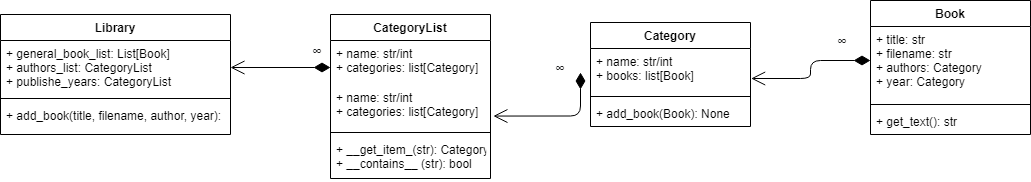
The draw.io diagram docs/class_diagram.png in LastGenius-edu/homeworks_project, before a commit. Source tidied: cells renumbered, new cells last; positions are measured from the earlier drawing's top-left corner, leaving out a move shared by most shapes.
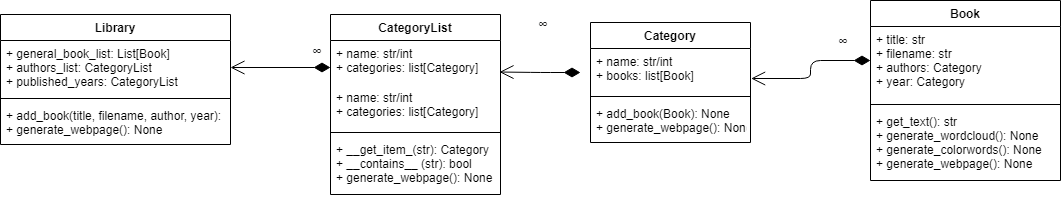
After the commit.

Commit message:
Update UML diagram

Change to the diagram source:
```diff
@@ -3,21 +3,21 @@
     <mxCell id="0" />
     <mxCell id="1" parent="0" />
     <mxCell id="2" value="CategoryList" style="swimlane;fontStyle=1;align=center;verticalAlign=top;horizontal=1;startSize=26;" parent="1" vertex="1">
-      <mxGeometry x="330" y="14" width="160" height="164" as="geometry" />
+      <mxGeometry x="330" y="14" width="170" height="180" as="geometry" />
     </mxCell>
     <mxCell id="3" value="+ name: str/int&#10;+ categories: list[Category]" style="text;strokeColor=none;fillColor=none;align=left;verticalAlign=top;spacingLeft=4;spacingRight=4;overflow=hidden;points=[[0,0.5],[1,0.5]];portConstraint=eastwest;" parent="2" vertex="1">
-      <mxGeometry y="26" width="160" height="44" as="geometry" />
+      <mxGeometry y="26" width="170" height="44" as="geometry" />
     </mxCell>
     <mxCell id="4" value="+ name: str/int&#10;+ categories: list[Category]" style="text;strokeColor=none;fillColor=none;align=left;verticalAlign=top;spacingLeft=4;spacingRight=4;overflow=hidden;points=[[0,0.5],[1,0.5]];portConstraint=eastwest;" parent="2" vertex="1">
-      <mxGeometry y="70" width="160" height="44" as="geometry" />
+      <mxGeometry y="70" width="170" height="44" as="geometry" />
     </mxCell>
     <mxCell id="5" style="line;strokeWidth=1;fillColor=none;align=left;verticalAlign=middle;spacingTop=-1;spacingLeft=3;spacingRight=3;labelPosition=right;" parent="2" vertex="1">
-      <mxGeometry y="114" width="160" height="8" as="geometry" />
+      <mxGeometry y="114" width="170" height="8" as="geometry" />
     </mxCell>
-    <mxCell id="6" value="+ __get_item_(str): Category&#10;+ __contains__ (str): bool" style="text;strokeColor=none;fillColor=none;align=left;verticalAlign=top;spacingLeft=4;spacingRight=4;overflow=hidden;" parent="2" vertex="1">
-      <mxGeometry y="122" width="160" height="42" as="geometry" />
+    <mxCell id="6" value="+ __get_item_(str): Category&#10;+ __contains__ (str): bool&#10;+ generate_webpage(): None" style="text;strokeColor=none;fillColor=none;align=left;verticalAlign=top;spacingLeft=4;spacingRight=4;overflow=hidden;" parent="2" vertex="1">
+      <mxGeometry y="122" width="170" height="58" as="geometry" />
     </mxCell>
-    <mxCell id="7" value="&lt;span style=&quot;color: rgb(32 , 33 , 34) ; font-family: sans-serif ; font-size: 14px ; white-space: normal&quot;&gt;∞&lt;/span&gt;" style="endArrow=open;html=1;endSize=12;startArrow=diamondThin;startSize=14;startFill=1;edgeStyle=orthogonalEdgeStyle;align=left;verticalAlign=bottom;entryX=1.018;entryY=0.717;entryDx=0;entryDy=0;entryPerimeter=0;" parent="1" edge="1" target="4">
+    <mxCell id="7" value="&lt;span style=&quot;color: rgb(32 , 33 , 34) ; font-family: sans-serif ; font-size: 14px ; white-space: normal&quot;&gt;∞&lt;/span&gt;" style="endArrow=open;html=1;endSize=12;startArrow=diamondThin;startSize=14;startFill=1;edgeStyle=orthogonalEdgeStyle;align=left;verticalAlign=bottom;entryX=0.994;entryY=0.717;entryDx=0;entryDy=0;entryPerimeter=0;" parent="1" edge="1" target="3">
       <mxGeometry x="0.04" y="-27" relative="1" as="geometry">
         <mxPoint x="580" y="72" as="sourcePoint" />
         <mxPoint x="-2" y="-10" as="offset" />
@@ -29,19 +29,19 @@
       </mxGeometry>
     </mxCell>
     <mxCell id="9" value="Book&#10;" style="swimlane;fontStyle=1;align=center;verticalAlign=top;horizontal=1;startSize=26;" parent="1" vertex="1">
-      <mxGeometry x="870" width="160" height="134" as="geometry" />
+      <mxGeometry x="870" width="190" height="180" as="geometry" />
     </mxCell>
     <mxCell id="10" value="+ title: str&#10;+ filename: str&#10;+ authors: Category&#10;+ year: Category" style="text;strokeColor=none;fillColor=none;align=left;verticalAlign=top;spacingLeft=4;spacingRight=4;overflow=hidden;" parent="9" vertex="1">
-      <mxGeometry y="26" width="160" height="74" as="geometry" />
+      <mxGeometry y="26" width="190" height="74" as="geometry" />
     </mxCell>
     <mxCell id="11" style="line;strokeWidth=1;fillColor=none;align=left;verticalAlign=middle;spacingTop=-1;spacingLeft=3;spacingRight=3;labelPosition=right;" parent="9" vertex="1">
-      <mxGeometry y="100" width="160" height="8" as="geometry" />
+      <mxGeometry y="100" width="190" height="8" as="geometry" />
     </mxCell>
-    <mxCell id="12" value="+ get_text(): str" style="text;strokeColor=none;fillColor=none;align=left;verticalAlign=top;spacingLeft=4;spacingRight=4;overflow=hidden;" parent="9" vertex="1">
-      <mxGeometry y="108" width="160" height="26" as="geometry" />
+    <mxCell id="12" value="+ get_text(): str&#10;+ generate_wordcloud(): None&#10;+ generate_colorwords(): None&#10;+ generate_webpage(): None" style="text;strokeColor=none;fillColor=none;align=left;verticalAlign=top;spacingLeft=4;spacingRight=4;overflow=hidden;" parent="9" vertex="1">
+      <mxGeometry y="108" width="190" height="72" as="geometry" />
     </mxCell>
     <mxCell id="13" value="Category" style="swimlane;fontStyle=1;align=center;verticalAlign=top;horizontal=1;startSize=26;" parent="1" vertex="1">
-      <mxGeometry x="590" y="22" width="160" height="104" as="geometry" />
+      <mxGeometry x="590" y="22" width="160" height="120" as="geometry" />
     </mxCell>
     <mxCell id="14" value="+ name: str/int&#10;+ books: list[Book]" style="text;strokeColor=none;fillColor=none;align=left;verticalAlign=top;spacingLeft=4;spacingRight=4;overflow=hidden;points=[[0,0.5],[1,0.5]];portConstraint=eastwest;" parent="13" vertex="1">
       <mxGeometry y="26" width="160" height="44" as="geometry" />
@@ -49,8 +49,8 @@
     <mxCell id="15" style="line;strokeWidth=1;fillColor=none;align=left;verticalAlign=middle;spacingTop=-1;spacingLeft=3;spacingRight=3;labelPosition=right;" parent="13" vertex="1">
       <mxGeometry y="70" width="160" height="8" as="geometry" />
     </mxCell>
-    <mxCell id="16" value="+ add_book(Book): None" style="text;strokeColor=none;fillColor=none;align=left;verticalAlign=top;spacingLeft=4;spacingRight=4;overflow=hidden;" parent="13" vertex="1">
-      <mxGeometry y="78" width="160" height="26" as="geometry" />
+    <mxCell id="16" value="+ add_book(Book): None&#10;+ generate_webpage(): None" style="text;strokeColor=none;fillColor=none;align=left;verticalAlign=top;spacingLeft=4;spacingRight=4;overflow=hidden;" parent="13" vertex="1">
+      <mxGeometry y="78" width="160" height="42" as="geometry" />
     </mxCell>
     <mxCell id="17" value="&lt;span style=&quot;color: rgb(32 , 33 , 34) ; font-family: sans-serif ; font-size: 14px ; white-space: normal&quot;&gt;∞&lt;/span&gt;" style="endArrow=open;html=1;endSize=12;startArrow=diamondThin;startSize=14;startFill=1;edgeStyle=orthogonalEdgeStyle;align=left;verticalAlign=bottom;entryX=1;entryY=0.5;entryDx=0;entryDy=0;" parent="1" edge="1" target="19">
       <mxGeometry x="-0.6" y="-5" relative="1" as="geometry">
@@ -58,16 +58,16 @@
       </mxGeometry>
     </mxCell>
     <mxCell id="18" value="Library" style="swimlane;fontStyle=1;align=center;verticalAlign=top;horizontal=1;startSize=26;" parent="1" vertex="1">
-      <mxGeometry y="14" width="230" height="120" as="geometry" />
+      <mxGeometry y="14" width="230" height="130" as="geometry" />
     </mxCell>
-    <mxCell id="19" value="+ general_book_list: List[Book]&#10;+ authors_list: CategoryList&#10;+ publishe_years: CategoryList" style="text;strokeColor=none;fillColor=none;align=left;verticalAlign=top;spacingLeft=4;spacingRight=4;overflow=hidden;points=[[0,0.5],[1,0.5]];portConstraint=eastwest;" parent="18" vertex="1">
+    <mxCell id="19" value="+ general_book_list: List[Book]&#10;+ authors_list: CategoryList&#10;+ published_years: CategoryList" style="text;strokeColor=none;fillColor=none;align=left;verticalAlign=top;spacingLeft=4;spacingRight=4;overflow=hidden;points=[[0,0.5],[1,0.5]];portConstraint=eastwest;" parent="18" vertex="1">
       <mxGeometry y="26" width="230" height="54" as="geometry" />
     </mxCell>
     <mxCell id="20" style="line;strokeWidth=1;fillColor=none;align=left;verticalAlign=middle;spacingTop=-1;spacingLeft=3;spacingRight=3;labelPosition=right;" parent="18" vertex="1">
       <mxGeometry y="80" width="230" height="8" as="geometry" />
     </mxCell>
-    <mxCell id="21" value="+ add_book(title, filename, author, year):" style="text;strokeColor=none;fillColor=none;align=left;verticalAlign=top;spacingLeft=4;spacingRight=4;overflow=hidden;" parent="18" vertex="1">
-      <mxGeometry y="88" width="230" height="32" as="geometry" />
+    <mxCell id="21" value="+ add_book(title, filename, author, year):&#10;+ generate_webpage(): None" style="text;strokeColor=none;fillColor=none;align=left;verticalAlign=top;spacingLeft=4;spacingRight=4;overflow=hidden;" parent="18" vertex="1">
+      <mxGeometry y="88" width="230" height="42" as="geometry" />
     </mxCell>
   </root>
 </mxGraphModel>
```
